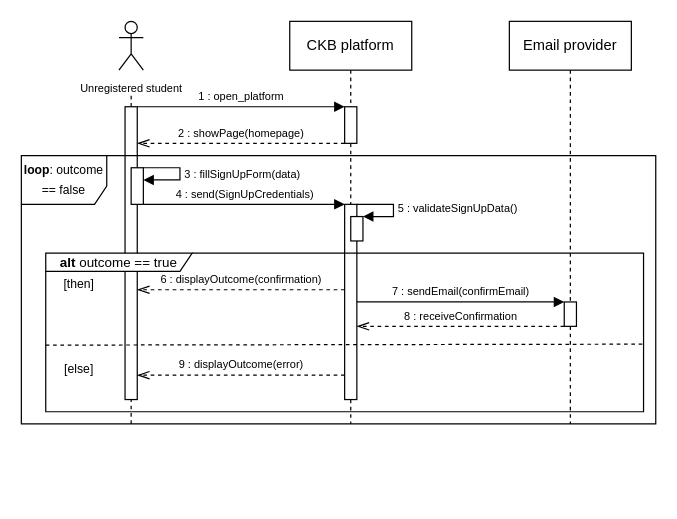
Before: RASDwip/ExtraFiles/Drawio/StudentSignUpSeqDiagram.drawio in francescospangaro/SpangaroTosettiRiccardi, a draw.io diagram. Source tidied: cells renumbered, new cells numbered last; positions are measured from the earlier drawing's top-left corner, leaving out a move shared by most shapes. Both pictures are drawn from the tidied source at 122%, with x=0, y=0 at pixel (21, 21).
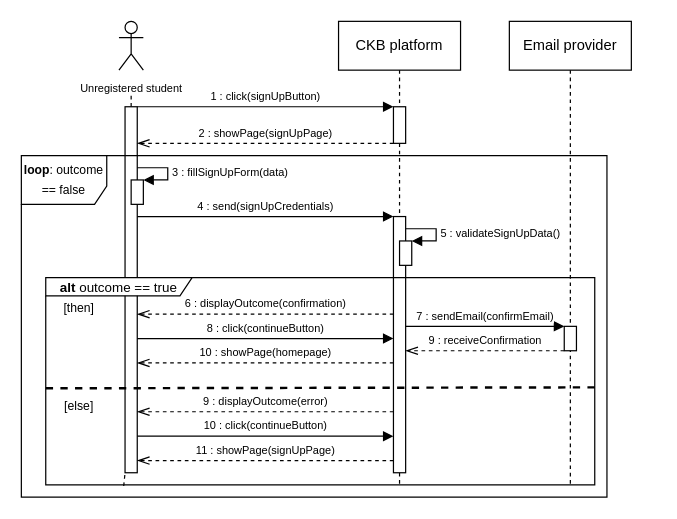
The same diagram, later.

The change refers to these unchanged cells:
```xml
<mxCell id="3" style="html=1;points=[];perimeter=orthogonalPerimeter;outlineConnect=0;targetShapes=umlLifeline;portConstraint=eastwest;newEdgeStyle={&quot;edgeStyle&quot;:&quot;elbowEdgeStyle&quot;,&quot;elbow&quot;:&quot;vertical&quot;,&quot;curved&quot;:0,&quot;rounded&quot;:0};" parent="2" vertex="1">
  <mxGeometry x="45" y="70" width="10" height="30" as="geometry" />
</mxCell>
```

What changed in the source:
```diff
@@
     <mxCell id="2" value="CKB platform" style="shape=umlLifeline;perimeter=lifelinePerimeter;whiteSpace=wrap;html=1;newEdgeStyle={&quot;edgeStyle&quot;:&quot;elbowEdgeStyle&quot;,&quot;elbow&quot;:&quot;vertical&quot;,&quot;curved&quot;:0,&quot;rounded&quot;:0};" parent="1" vertex="1">
-      <mxGeometry x="220" width="100" height="330" as="geometry" />
+      <mxGeometry x="260" width="100" height="380" as="geometry" />
     </mxCell>
@@
     <mxCell id="4" style="html=1;points=[];perimeter=orthogonalPerimeter;outlineConnect=0;targetShapes=umlLifeline;portConstraint=eastwest;newEdgeStyle={&quot;edgeStyle&quot;:&quot;elbowEdgeStyle&quot;,&quot;elbow&quot;:&quot;vertical&quot;,&quot;curved&quot;:0,&quot;rounded&quot;:0};" parent="2" vertex="1">
-      <mxGeometry x="45" y="150" width="10" height="160" as="geometry" />
+      <mxGeometry x="45" y="160" width="10" height="210" as="geometry" />
     </mxCell>
     <mxCell id="5" style="html=1;points=[[0,0,0,0,5],[0,1,0,0,-5],[1,0,0,0,5],[1,1,0,0,-5]];perimeter=orthogonalPerimeter;outlineConnect=0;targetShapes=umlLifeline;portConstraint=eastwest;newEdgeStyle={&quot;curved&quot;:0,&quot;rounded&quot;:0};" parent="2" vertex="1">
-      <mxGeometry x="50" y="160" width="10" height="20" as="geometry" />
+      <mxGeometry x="50" y="180" width="10" height="20" as="geometry" />
     </mxCell>
-    <mxCell id="6" value="&lt;font style=&quot;font-size: 9px;&quot;&gt;5 : validateSignUpData()&lt;/font&gt;" style="html=1;align=left;spacingLeft=2;endArrow=block;rounded=0;edgeStyle=orthogonalEdgeStyle;curved=0;rounded=0;" parent="2" edge="1" target="5">
+    <mxCell id="6" value="&lt;font style=&quot;font-size: 9px;&quot;&gt;5 : validateSignUpData()&lt;/font&gt;" style="html=1;align=left;spacingLeft=2;endArrow=block;rounded=0;edgeStyle=orthogonalEdgeStyle;curved=0;rounded=0;" parent="2" edge="1" source="4" target="5">
       <mxGeometry relative="1" as="geometry">
-        <mxPoint x="55" y="150" as="sourcePoint" />
         <Array as="points">
-          <mxPoint x="85" y="150" />
-          <mxPoint x="85" y="160" />
+          <mxPoint x="80" y="170" />
+          <mxPoint x="80" y="180" />
         </Array>
       </mxGeometry>
     </mxCell>
@@
-    <mxCell id="9" style="endArrow=none;dashed=1;html=1;rounded=0;" parent="1" edge="1" target="10">
-      <mxGeometry relative="1" as="geometry">
-        <mxPoint x="90" y="330" as="sourcePoint" />
-      </mxGeometry>
+    <mxCell id="9" style="endArrow=none;dashed=1;html=1;rounded=0;exitX=0.142;exitY=1.005;exitDx=0;exitDy=0;exitPerimeter=0;" parent="1" edge="1" source="16" target="10">
+      <mxGeometry relative="1" as="geometry" />
     </mxCell>
     <mxCell id="10" style="html=1;points=[];perimeter=orthogonalPerimeter;outlineConnect=0;targetShapes=umlLifeline;portConstraint=eastwest;newEdgeStyle={&quot;edgeStyle&quot;:&quot;elbowEdgeStyle&quot;,&quot;elbow&quot;:&quot;vertical&quot;,&quot;curved&quot;:0,&quot;rounded&quot;:0};" parent="1" vertex="1">
-      <mxGeometry x="85" y="70" width="10" height="240" as="geometry" />
+      <mxGeometry x="85" y="70" width="10" height="300" as="geometry" />
     </mxCell>
-    <mxCell id="11" value="&lt;font style=&quot;font-size: 9px;&quot;&gt;1 : open_platform&lt;/font&gt;" style="html=1;verticalAlign=bottom;endArrow=block;edgeStyle=elbowEdgeStyle;elbow=vertical;curved=0;rounded=0;" parent="1" edge="1" source="10" target="3">
+    <mxCell id="11" value="&lt;font style=&quot;font-size: 9px;&quot;&gt;1 : click(signUpButton)&lt;/font&gt;" style="html=1;verticalAlign=bottom;endArrow=block;edgeStyle=elbowEdgeStyle;elbow=vertical;curved=0;rounded=0;" parent="1" edge="1" source="10" target="3">
       <mxGeometry relative="1" as="geometry">
         <Array as="points">
           <mxPoint x="210" y="70" />
         </Array>
       </mxGeometry>
     </mxCell>
-    <mxCell id="12" value="&lt;font style=&quot;font-size: 9px;&quot;&gt;2 : showPage(homepage)&lt;/font&gt;" style="html=1;verticalAlign=bottom;endArrow=openThin;dashed=1;endSize=8;edgeStyle=elbowEdgeStyle;elbow=vertical;curved=0;rounded=0;endFill=0;" parent="1" edge="1" source="3" target="10">
+    <mxCell id="12" value="&lt;font style=&quot;font-size: 9px;&quot;&gt;2 : showPage(signUpPage)&lt;/font&gt;" style="html=1;verticalAlign=bottom;endArrow=openThin;dashed=1;endSize=8;edgeStyle=elbowEdgeStyle;elbow=vertical;curved=0;rounded=0;endFill=0;" parent="1" edge="1" source="3" target="10">
       <mxGeometry relative="1" as="geometry">
         <Array as="points">
           <mxPoint x="185" y="100" />
         </Array>
       </mxGeometry>
     </mxCell>
     <mxCell id="13" style="html=1;points=[[0,0,0,0,5],[0,1,0,0,-5],[1,0,0,0,5],[1,1,0,0,-5]];perimeter=orthogonalPerimeter;outlineConnect=0;targetShapes=umlLifeline;portConstraint=eastwest;newEdgeStyle={&quot;curved&quot;:0,&quot;rounded&quot;:0};" parent="1" vertex="1">
-      <mxGeometry x="90" y="120" width="10" height="30" as="geometry" />
+      <mxGeometry x="90" y="130" width="10" height="20" as="geometry" />
     </mxCell>
-    <mxCell id="14" value="&lt;font style=&quot;font-size: 9px;&quot;&gt;4 : send(SignUpCredentials)&lt;/font&gt;" style="html=1;verticalAlign=bottom;endArrow=block;edgeStyle=elbowEdgeStyle;elbow=vertical;curved=0;rounded=0;" parent="1" edge="1" target="4">
+    <mxCell id="14" value="&lt;font style=&quot;font-size: 9px;&quot;&gt;4 : send(signUpCredentials)&lt;/font&gt;" style="html=1;verticalAlign=bottom;endArrow=block;edgeStyle=elbowEdgeStyle;elbow=vertical;curved=0;rounded=0;" parent="1" edge="1" source="10" target="4">
       <mxGeometry relative="1" as="geometry">
-        <mxPoint x="100" y="150" as="sourcePoint" />
         <Array as="points">
-          <mxPoint x="210" y="150" />
+          <mxPoint x="210" y="160" />
         </Array>
       </mxGeometry>
     </mxCell>
-    <mxCell id="15" value="&lt;font style=&quot;font-size: 9px;&quot;&gt;6 : displayOutcome(confirmation)&lt;/font&gt;" style="html=1;verticalAlign=bottom;endArrow=openThin;dashed=1;endSize=8;edgeStyle=elbowEdgeStyle;elbow=vertical;curved=0;rounded=0;endFill=0;" parent="1" edge="1" source="4" target="10">
+    <mxCell id="15" value="&lt;font style=&quot;font-size: 9px;&quot;&gt;6 : displayOutcome(confirmation)&lt;/font&gt;" style="html=1;verticalAlign=bottom;endArrow=openThin;dashed=1;endSize=8;edgeStyle=elbowEdgeStyle;elbow=vertical;curved=0;rounded=0;endFill=0;" parent="1" edge="1" source="4">
       <mxGeometry relative="1" as="geometry">
+        <mxPoint x="95" y="240" as="targetPoint" />
         <Array as="points">
-          <mxPoint x="190" y="220" />
+          <mxPoint x="190" y="240" />
         </Array>
       </mxGeometry>
     </mxCell>
     <mxCell id="16" value="&lt;b&gt;alt &lt;/b&gt;outcome == true" style="shape=umlFrame;whiteSpace=wrap;html=1;width=120;height=15;fontSize=11;" parent="1" vertex="1">
-      <mxGeometry x="20" y="190" width="490" height="130" as="geometry" />
+      <mxGeometry x="20" y="210" width="450" height="170" as="geometry" />
     </mxCell>
     <mxCell id="17" value="[then]" style="text;html=1;strokeColor=none;fillColor=none;align=center;verticalAlign=middle;whiteSpace=wrap;rounded=0;fontSize=10;" parent="1" vertex="1">
-      <mxGeometry x="30" y="210" width="35" height="10" as="geometry" />
+      <mxGeometry x="30" y="230" width="35" height="10" as="geometry" />
     </mxCell>
     <mxCell id="18" value="Email provider" style="shape=umlLifeline;perimeter=lifelinePerimeter;whiteSpace=wrap;html=1;newEdgeStyle={&quot;edgeStyle&quot;:&quot;elbowEdgeStyle&quot;,&quot;elbow&quot;:&quot;vertical&quot;,&quot;curved&quot;:0,&quot;rounded&quot;:0};" parent="1" vertex="1">
-      <mxGeometry x="400" width="100" height="330" as="geometry" />
+      <mxGeometry x="400" width="100" height="380" as="geometry" />
     </mxCell>
     <mxCell id="19" style="html=1;points=[];perimeter=orthogonalPerimeter;outlineConnect=0;targetShapes=umlLifeline;portConstraint=eastwest;newEdgeStyle={&quot;edgeStyle&quot;:&quot;elbowEdgeStyle&quot;,&quot;elbow&quot;:&quot;vertical&quot;,&quot;curved&quot;:0,&quot;rounded&quot;:0};" parent="18" vertex="1">
-      <mxGeometry x="45" y="230" width="10" height="20" as="geometry" />
+      <mxGeometry x="45" y="250" width="10" height="20" as="geometry" />
     </mxCell>
-    <mxCell id="20" value="&lt;font style=&quot;font-size: 9px;&quot;&gt;7 : sendEmail(confirmEmail)&lt;/font&gt;" style="html=1;verticalAlign=bottom;endArrow=block;edgeStyle=elbowEdgeStyle;elbow=vertical;curved=0;rounded=0;" parent="1" edge="1" source="4" target="19">
+    <mxCell id="20" value="&lt;font style=&quot;font-size: 9px;&quot;&gt;7 : sendEmail(confirmEmail)&lt;/font&gt;" style="html=1;verticalAlign=bottom;endArrow=block;edgeStyle=elbowEdgeStyle;elbow=vertical;curved=0;rounded=0;" parent="1" edge="1" target="19">
       <mxGeometry relative="1" as="geometry">
+        <mxPoint x="315" y="250" as="sourcePoint" />
         <Array as="points">
-          <mxPoint x="395" y="230" />
+          <mxPoint x="435" y="250" />
         </Array>
       </mxGeometry>
     </mxCell>
-    <mxCell id="21" value="&lt;font style=&quot;font-size: 9px;&quot;&gt;8 : receiveConfirmation&lt;/font&gt;" style="html=1;verticalAlign=bottom;endArrow=openThin;dashed=1;endSize=8;edgeStyle=elbowEdgeStyle;elbow=vertical;curved=0;rounded=0;endFill=0;" parent="1" edge="1" source="19" target="4">
+    <mxCell id="21" value="&lt;font style=&quot;font-size: 9px;&quot;&gt;9 : receiveConfirmation&lt;/font&gt;" style="html=1;verticalAlign=bottom;endArrow=openThin;dashed=1;endSize=8;edgeStyle=elbowEdgeStyle;elbow=vertical;curved=0;rounded=0;endFill=0;" parent="1" edge="1" source="19">
       <mxGeometry relative="1" as="geometry">
+        <mxPoint x="315" y="270" as="targetPoint" />
         <Array as="points">
-          <mxPoint x="370" y="250" />
+          <mxPoint x="410" y="270" />
         </Array>
       </mxGeometry>
     </mxCell>
-    <mxCell id="22" style="endArrow=none;dashed=1;html=1;rounded=0;entryX=1.001;entryY=0.404;entryDx=0;entryDy=0;entryPerimeter=0;exitX=0.001;exitY=0.409;exitDx=0;exitDy=0;exitPerimeter=0;" parent="1" edge="1">
+    <mxCell id="22" style="endArrow=none;dashed=1;html=1;rounded=0;exitX=0.001;exitY=0.409;exitDx=0;exitDy=0;exitPerimeter=0;strokeWidth=2;" parent="1" edge="1">
       <mxGeometry relative="1" as="geometry">
-        <mxPoint x="20" y="265.4" as="sourcePoint" />
-        <mxPoint x="510" y="264.6" as="targetPoint" />
+        <mxPoint x="20" y="300.8" as="sourcePoint" />
+        <mxPoint x="470" y="300" as="targetPoint" />
       </mxGeometry>
     </mxCell>
     <mxCell id="23" value="[else]" style="text;html=1;strokeColor=none;fillColor=none;align=center;verticalAlign=middle;whiteSpace=wrap;rounded=0;fontSize=10;" parent="1" vertex="1">
-      <mxGeometry x="30" y="280" width="35" height="10" as="geometry" />
+      <mxGeometry x="30" y="310" width="35" height="10" as="geometry" />
     </mxCell>
-    <mxCell id="24" value="&lt;font style=&quot;font-size: 9px;&quot;&gt;9 : displayOutcome(error)&lt;/font&gt;" style="html=1;verticalAlign=bottom;endArrow=openThin;dashed=1;endSize=8;edgeStyle=elbowEdgeStyle;elbow=vertical;curved=0;rounded=0;endFill=0;" parent="1" edge="1" source="4" target="10">
+    <mxCell id="24" value="&lt;font style=&quot;font-size: 9px;&quot;&gt;9 : displayOutcome(error)&lt;/font&gt;" style="html=1;verticalAlign=bottom;endArrow=openThin;dashed=1;endSize=8;edgeStyle=elbowEdgeStyle;elbow=vertical;curved=0;rounded=0;endFill=0;" parent="1" edge="1" source="4">
       <mxGeometry relative="1" as="geometry">
+        <mxPoint x="95" y="320" as="targetPoint" />
         <Array as="points">
-          <mxPoint x="190" y="290" />
+          <mxPoint x="190" y="320" />
         </Array>
       </mxGeometry>
     </mxCell>
-    <mxCell id="25" value="&lt;font style=&quot;font-size: 9px;&quot;&gt;3 : fillSignUpForm(data)&lt;/font&gt;" style="html=1;align=left;spacingLeft=2;endArrow=block;rounded=0;edgeStyle=orthogonalEdgeStyle;curved=0;rounded=0;" parent="1" edge="1" target="13">
+    <mxCell id="25" value="&lt;font style=&quot;font-size: 9px;&quot;&gt;3 : fillSignUpForm(data)&lt;/font&gt;" style="html=1;align=left;spacingLeft=2;endArrow=block;rounded=0;edgeStyle=orthogonalEdgeStyle;curved=0;rounded=0;" parent="1" edge="1" source="10" target="13">
       <mxGeometry relative="1" as="geometry">
-        <mxPoint x="100" y="120" as="sourcePoint" />
         <Array as="points">
-          <mxPoint x="130" y="120" />
-          <mxPoint x="130" y="130" />
+          <mxPoint x="120" y="120" />
+          <mxPoint x="120" y="130" />
         </Array>
       </mxGeometry>
     </mxCell>
     <mxCell id="26" value="&lt;p style=&quot;line-height: 120%;&quot;&gt;&lt;font style=&quot;font-size: 10px;&quot;&gt;&lt;b&gt;loop&lt;/b&gt;: outcome == false&lt;/font&gt;&lt;/p&gt;" style="shape=umlFrame;whiteSpace=wrap;html=1;width=70;height=40;verticalAlign=middle;horizontal=1;labelPosition=center;verticalLabelPosition=middle;align=center;" parent="1" vertex="1">
-      <mxGeometry y="110" width="520" height="220" as="geometry" />
+      <mxGeometry y="110" width="480" height="280" as="geometry" />
     </mxCell>
+    <mxCell id="27" value="&lt;font style=&quot;font-size: 9px;&quot;&gt;8 : click(continueButton)&lt;/font&gt;" style="html=1;verticalAlign=bottom;endArrow=block;edgeStyle=elbowEdgeStyle;elbow=vertical;curved=0;rounded=0;" parent="1" edge="1" source="10" target="4">
+      <mxGeometry relative="1" as="geometry">
+        <Array as="points">
+          <mxPoint x="210" y="260" />
+        </Array>
+      </mxGeometry>
+    </mxCell>
+    <mxCell id="28" value="&lt;font style=&quot;font-size: 9px;&quot;&gt;10 : showPage(homepage)&lt;/font&gt;" style="html=1;verticalAlign=bottom;endArrow=openThin;dashed=1;endSize=8;edgeStyle=elbowEdgeStyle;elbow=vertical;curved=0;rounded=0;endFill=0;" parent="1" edge="1" source="4" target="10">
+      <mxGeometry relative="1" as="geometry">
+        <Array as="points">
+          <mxPoint x="190" y="280" />
+        </Array>
+      </mxGeometry>
+    </mxCell>
+    <mxCell id="29" value="&lt;font style=&quot;font-size: 9px;&quot;&gt;10 : click(continueButton)&lt;/font&gt;" style="html=1;verticalAlign=bottom;endArrow=block;edgeStyle=elbowEdgeStyle;elbow=vertical;curved=0;rounded=0;" parent="1" edge="1" source="10" target="4">
+      <mxGeometry relative="1" as="geometry">
+        <Array as="points">
+          <mxPoint x="210" y="340" />
+        </Array>
+      </mxGeometry>
+    </mxCell>
+    <mxCell id="30" value="&lt;font style=&quot;font-size: 9px;&quot;&gt;11 : showPage(signUpPage)&lt;/font&gt;" style="html=1;verticalAlign=bottom;endArrow=openThin;dashed=1;endSize=8;edgeStyle=elbowEdgeStyle;elbow=vertical;curved=0;rounded=0;endFill=0;" parent="1" edge="1" source="4" target="10">
+      <mxGeometry relative="1" as="geometry">
+        <Array as="points">
+          <mxPoint x="190" y="360" />
+        </Array>
+      </mxGeometry>
+    </mxCell>
```
